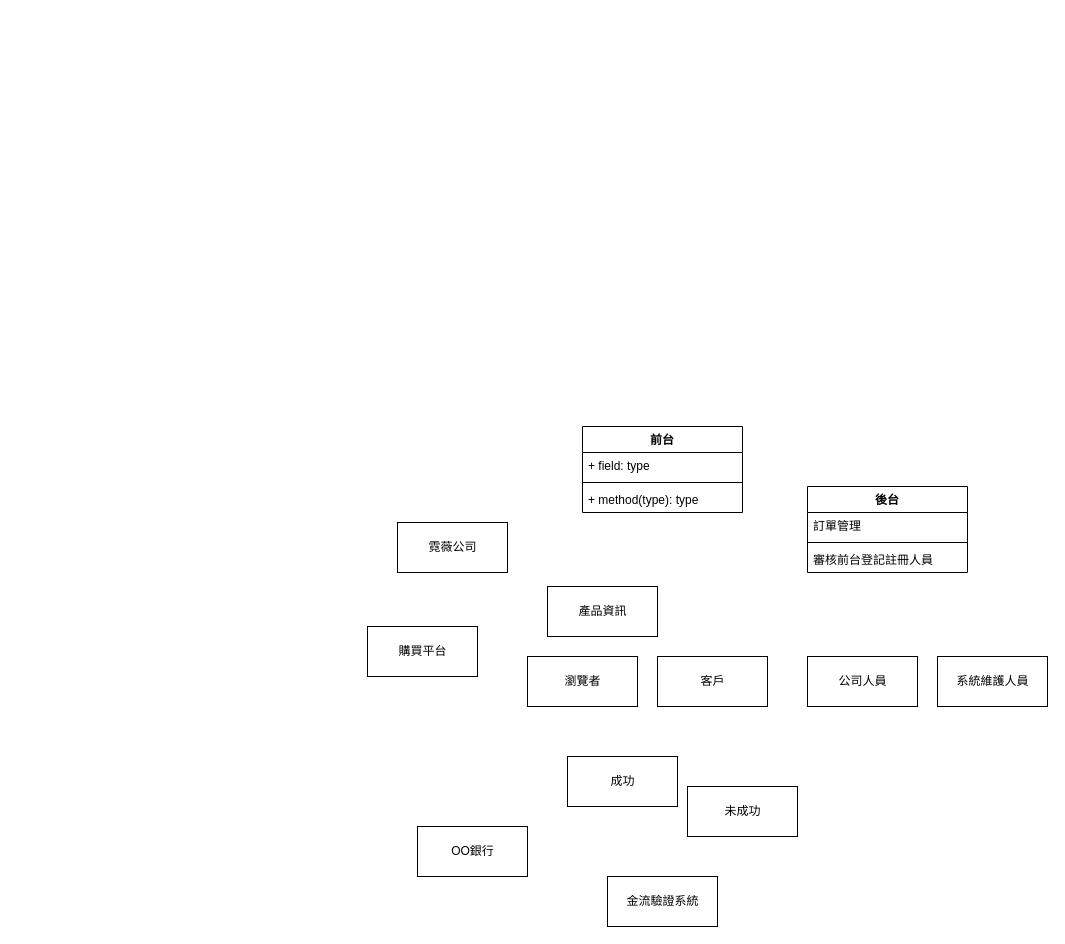
Earlier version of the draw.io diagram page "(d) 小題" (2 of 3) of sample1.drawio (35596035/110-2Mid). Source tidied: cells renumbered, new cells numbered last; positions are measured from the earlier drawing's top-left corner, leaving out a move shared by most shapes. Both pictures are drawn from the tidied source at 100%, with x=0, y=0 at pixel (367, 426).
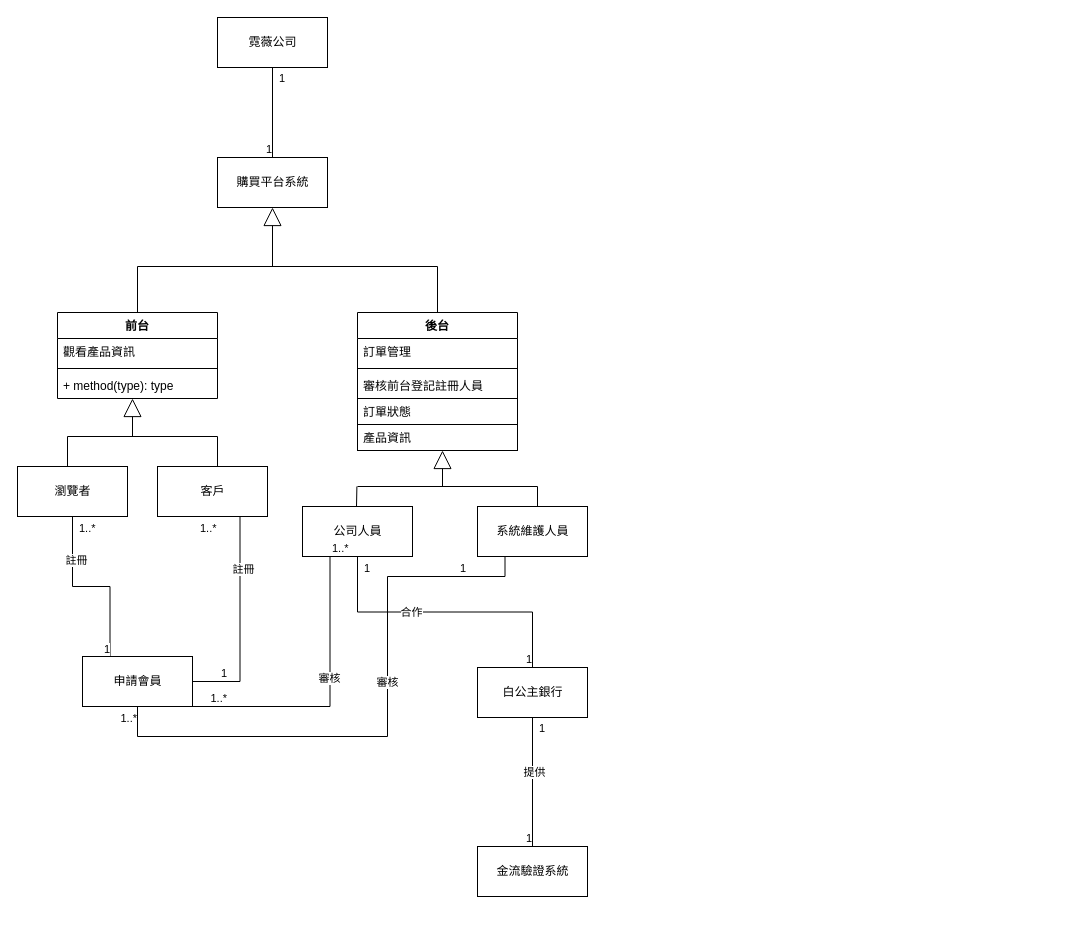
The same diagram, later.

The edit, as a diff of the source:
```diff
@@
     <mxCell id="2" value="前台" style="swimlane;fontStyle=1;align=center;verticalAlign=top;horizontal=1;startSize=26;" parent="1" vertex="1">
-      <mxGeometry x="215" width="160" height="86" as="geometry" />
+      <mxGeometry x="-310" y="-114" width="160" height="86" as="geometry" />
     </mxCell>
-    <mxCell id="3" value="+ field: type" style="text;strokeColor=none;fillColor=none;align=left;verticalAlign=top;spacingLeft=4;spacingRight=4;overflow=hidden;" parent="2" vertex="1">
+    <mxCell id="3" value="觀看產品資訊" style="text;strokeColor=none;fillColor=none;align=left;verticalAlign=top;spacingLeft=4;spacingRight=4;overflow=hidden;" parent="2" vertex="1">
       <mxGeometry y="26" width="160" height="26" as="geometry" />
     </mxCell>
@@
     <mxCell id="6" value="後台" style="swimlane;fontStyle=1;align=center;verticalAlign=top;horizontal=1;startSize=26;" parent="1" vertex="1">
-      <mxGeometry x="440" y="60" width="160" height="86" as="geometry" />
+      <mxGeometry x="-10" y="-114" width="160" height="138" as="geometry" />
     </mxCell>
@@
+    <mxCell id="21" value="訂單狀態" style="text;align=left;verticalAlign=top;spacingLeft=4;spacingRight=4;overflow=hidden;strokeColor=default;" parent="6" vertex="1">
+      <mxGeometry y="86" width="160" height="26" as="geometry" />
+    </mxCell>
+    <mxCell id="20" value="產品資訊" style="text;align=left;verticalAlign=top;spacingLeft=4;spacingRight=4;overflow=hidden;strokeColor=default;" parent="6" vertex="1">
+      <mxGeometry y="112" width="160" height="26" as="geometry" />
+    </mxCell>
     <mxCell id="10" value="瀏覽者" style="html=1;" parent="1" vertex="1">
-      <mxGeometry x="160" y="230" width="110" height="50" as="geometry" />
+      <mxGeometry x="-350" y="40" width="110" height="50" as="geometry" />
     </mxCell>
     <mxCell id="11" value="客戶" style="html=1;" parent="1" vertex="1">
-      <mxGeometry x="290" y="230" width="110" height="50" as="geometry" />
+      <mxGeometry x="-210" y="40" width="110" height="50" as="geometry" />
     </mxCell>
     <mxCell id="12" value="公司人員" style="html=1;" parent="1" vertex="1">
-      <mxGeometry x="440" y="230" width="110" height="50" as="geometry" />
+      <mxGeometry x="-65" y="80" width="110" height="50" as="geometry" />
     </mxCell>
     <mxCell id="13" value="系統維護人員" style="html=1;" parent="1" vertex="1">
-      <mxGeometry x="570" y="230" width="110" height="50" as="geometry" />
+      <mxGeometry x="110" y="80" width="110" height="50" as="geometry" />
     </mxCell>
-    <mxCell id="14" value="未成功" style="html=1;" parent="1" vertex="1">
-      <mxGeometry x="320" y="360" width="110" height="50" as="geometry" />
-    </mxCell>
-    <mxCell id="15" value="成功" style="html=1;" parent="1" vertex="1">
-      <mxGeometry x="200" y="330" width="110" height="50" as="geometry" />
-    </mxCell>
     <mxCell id="16" value="金流驗證系統" style="html=1;" parent="1" vertex="1">
-      <mxGeometry x="240" y="450" width="110" height="50" as="geometry" />
+      <mxGeometry x="110" y="420" width="110" height="50" as="geometry" />
     </mxCell>
-    <mxCell id="17" value="OO銀行" style="html=1;" parent="1" vertex="1">
-      <mxGeometry x="50" y="400" width="110" height="50" as="geometry" />
+    <mxCell id="17" value="白公主銀行" style="html=1;" parent="1" vertex="1">
+      <mxGeometry x="110" y="241" width="110" height="50" as="geometry" />
     </mxCell>
     <mxCell id="18" value="霓薇公司" style="html=1;" parent="1" vertex="1">
-      <mxGeometry x="30" y="96" width="110" height="50" as="geometry" />
+      <mxGeometry x="-150" y="-409" width="110" height="50" as="geometry" />
     </mxCell>
-    <mxCell id="19" value="購買平台" style="html=1;" parent="1" vertex="1">
-      <mxGeometry y="200" width="110" height="50" as="geometry" />
+    <mxCell id="19" value="購買平台系統" style="html=1;" parent="1" vertex="1">
+      <mxGeometry x="-150" y="-269" width="110" height="50" as="geometry" />
     </mxCell>
-    <mxCell id="20" value="產品資訊" style="html=1;" parent="1" vertex="1">
-      <mxGeometry x="180" y="160" width="110" height="50" as="geometry" />
-    </mxCell>
+    <mxCell id="22" style="endArrow=none;html=1;edgeStyle=orthogonalEdgeStyle;rounded=0;exitX=0.5;exitY=1;exitDx=0;exitDy=0;entryX=0.5;entryY=0;entryDx=0;entryDy=0;" parent="1" edge="1" source="18" target="19">
+      <mxGeometry relative="1" as="geometry" />
+    </mxCell>
+    <mxCell id="23" value="1" style="edgeLabel;html=1;align=left;verticalAlign=bottom;shadow=1;strokeColor=default;" parent="22" vertex="1">
+      <mxGeometry x="-1" relative="1" as="geometry">
+        <mxPoint x="5" y="19" as="offset" />
+      </mxGeometry>
+    </mxCell>
+    <mxCell id="24" value="1" style="edgeLabel;html=1;align=right;verticalAlign=bottom;shadow=1;strokeColor=default;" parent="22" vertex="1">
+      <mxGeometry x="1" relative="1" as="geometry" />
+    </mxCell>
+    <mxCell id="25" style="endArrow=none;html=1;rounded=0;exitX=0.5;exitY=0;exitDx=0;exitDy=0;" parent="1" edge="1" source="2">
+      <mxGeometry relative="1" as="geometry">
+        <mxPoint x="-230" y="-160" as="targetPoint" />
+      </mxGeometry>
+    </mxCell>
+    <mxCell id="26" style="endArrow=none;html=1;rounded=0;exitX=0.5;exitY=0;exitDx=0;exitDy=0;" parent="1" edge="1" source="6">
+      <mxGeometry relative="1" as="geometry">
+        <mxPoint x="70" y="-160" as="targetPoint" />
+      </mxGeometry>
+    </mxCell>
+    <mxCell id="27" style="endArrow=none;html=1;rounded=0;" parent="1" edge="1">
+      <mxGeometry relative="1" as="geometry">
+        <mxPoint x="-230" y="-160" as="sourcePoint" />
+        <mxPoint x="70" y="-160" as="targetPoint" />
+      </mxGeometry>
+    </mxCell>
+    <mxCell id="28" style="endArrow=block;endSize=16;endFill=0;html=1;rounded=0;entryX=0.5;entryY=1;entryDx=0;entryDy=0;" parent="1" edge="1" target="19">
+      <mxGeometry relative="1" as="geometry">
+        <mxPoint x="-95" y="-160" as="sourcePoint" />
+      </mxGeometry>
+    </mxCell>
+    <mxCell id="29" style="endArrow=none;html=1;rounded=0;exitX=0.5;exitY=0;exitDx=0;exitDy=0;" parent="1" edge="1">
+      <mxGeometry relative="1" as="geometry">
+        <mxPoint x="-300" y="40" as="sourcePoint" />
+        <mxPoint x="-300" y="10" as="targetPoint" />
+      </mxGeometry>
+    </mxCell>
+    <mxCell id="30" style="endArrow=none;html=1;rounded=0;exitX=0.5;exitY=0;exitDx=0;exitDy=0;" parent="1" edge="1">
+      <mxGeometry relative="1" as="geometry">
+        <mxPoint x="-150" y="40" as="sourcePoint" />
+        <mxPoint x="-150" y="10" as="targetPoint" />
+      </mxGeometry>
+    </mxCell>
+    <mxCell id="31" style="endArrow=none;html=1;rounded=0;" parent="1" edge="1">
+      <mxGeometry relative="1" as="geometry">
+        <mxPoint x="-300" y="10" as="sourcePoint" />
+        <mxPoint x="-150" y="10" as="targetPoint" />
+      </mxGeometry>
+    </mxCell>
+    <mxCell id="32" style="endArrow=block;endSize=16;endFill=0;html=1;rounded=0;entryX=0.5;entryY=1;entryDx=0;entryDy=0;" parent="1" edge="1">
+      <mxGeometry relative="1" as="geometry">
+        <mxPoint x="-235" y="10" as="sourcePoint" />
+        <mxPoint x="-235" y="-28" as="targetPoint" />
+      </mxGeometry>
+    </mxCell>
+    <mxCell id="33" style="endArrow=none;html=1;rounded=0;" parent="1" edge="1">
+      <mxGeometry relative="1" as="geometry">
+        <mxPoint x="-11" y="80" as="sourcePoint" />
+        <mxPoint x="-10.6" y="60" as="targetPoint" />
+      </mxGeometry>
+    </mxCell>
+    <mxCell id="34" style="endArrow=none;html=1;rounded=0;" parent="1" edge="1">
+      <mxGeometry relative="1" as="geometry">
+        <mxPoint x="170" y="80" as="sourcePoint" />
+        <mxPoint x="170" y="60" as="targetPoint" />
+      </mxGeometry>
+    </mxCell>
+    <mxCell id="35" style="endArrow=none;html=1;rounded=0;" parent="1" edge="1">
+      <mxGeometry relative="1" as="geometry">
+        <mxPoint x="-10" y="60" as="sourcePoint" />
+        <mxPoint x="170" y="60" as="targetPoint" />
+      </mxGeometry>
+    </mxCell>
+    <mxCell id="36" style="endArrow=block;endSize=16;endFill=0;html=1;rounded=0;entryX=0.5;entryY=1;entryDx=0;entryDy=0;" parent="1" edge="1">
+      <mxGeometry relative="1" as="geometry">
+        <mxPoint x="75" y="60" as="sourcePoint" />
+        <mxPoint x="75" y="24" as="targetPoint" />
+      </mxGeometry>
+    </mxCell>
+    <mxCell id="37" style="endArrow=none;html=1;edgeStyle=orthogonalEdgeStyle;rounded=0;exitX=0.5;exitY=1;exitDx=0;exitDy=0;entryX=0.5;entryY=0;entryDx=0;entryDy=0;" parent="1" edge="1" source="12" target="17">
+      <mxGeometry relative="1" as="geometry" />
+    </mxCell>
+    <mxCell id="38" value="1" style="edgeLabel;html=1;align=left;verticalAlign=bottom;shadow=1;strokeColor=default;" parent="37" vertex="1">
+      <mxGeometry x="-1" relative="1" as="geometry">
+        <mxPoint x="5" y="20" as="offset" />
+      </mxGeometry>
+    </mxCell>
+    <mxCell id="39" value="1" style="edgeLabel;html=1;align=right;verticalAlign=bottom;shadow=1;strokeColor=default;" parent="37" vertex="1">
+      <mxGeometry x="1" relative="1" as="geometry" />
+    </mxCell>
+    <mxCell id="40" value="合作" style="edgeLabel;html=1;align=center;verticalAlign=middle;" parent="37" vertex="1">
+      <mxGeometry x="-0.24" relative="1" as="geometry" />
+    </mxCell>
+    <mxCell id="41" style="endArrow=none;html=1;edgeStyle=orthogonalEdgeStyle;rounded=0;exitX=0.5;exitY=1;exitDx=0;exitDy=0;entryX=0.5;entryY=0;entryDx=0;entryDy=0;" parent="1" edge="1" source="17" target="16">
+      <mxGeometry relative="1" as="geometry" />
+    </mxCell>
+    <mxCell id="42" value="1" style="edgeLabel;html=1;align=left;verticalAlign=bottom;shadow=1;strokeColor=default;" parent="41" vertex="1">
+      <mxGeometry x="-1" relative="1" as="geometry">
+        <mxPoint x="5" y="19" as="offset" />
+      </mxGeometry>
+    </mxCell>
+    <mxCell id="43" value="1" style="edgeLabel;html=1;align=right;verticalAlign=bottom;shadow=1;strokeColor=default;" parent="41" vertex="1">
+      <mxGeometry x="1" relative="1" as="geometry" />
+    </mxCell>
+    <mxCell id="44" value="提供" style="edgeLabel;html=1;align=center;verticalAlign=middle;" parent="41" vertex="1">
+      <mxGeometry x="-0.16" y="1" relative="1" as="geometry" />
+    </mxCell>
+    <mxCell id="45" value="申請會員" style="html=1;shadow=0;strokeColor=default;" parent="1" vertex="1">
+      <mxGeometry x="-285" y="230" width="110" height="50" as="geometry" />
+    </mxCell>
+    <mxCell id="46" style="endArrow=none;html=1;edgeStyle=orthogonalEdgeStyle;rounded=0;exitX=0.75;exitY=1;exitDx=0;exitDy=0;entryX=1;entryY=0.5;entryDx=0;entryDy=0;" parent="1" edge="1" source="11" target="45">
+      <mxGeometry relative="1" as="geometry" />
+    </mxCell>
+    <mxCell id="47" value="1..*" style="edgeLabel;html=1;align=left;verticalAlign=bottom;shadow=0;strokeColor=default;" parent="46" vertex="1">
+      <mxGeometry x="-1" relative="1" as="geometry">
+        <mxPoint x="-42" y="20" as="offset" />
+      </mxGeometry>
+    </mxCell>
+    <mxCell id="48" value="1" style="edgeLabel;html=1;align=right;verticalAlign=bottom;shadow=0;strokeColor=default;" parent="46" vertex="1">
+      <mxGeometry x="1" relative="1" as="geometry">
+        <mxPoint x="35" as="offset" />
+      </mxGeometry>
+    </mxCell>
+    <mxCell id="49" value="註冊" style="edgeLabel;html=1;align=center;verticalAlign=middle;" parent="46" vertex="1">
+      <mxGeometry x="-0.51" y="3" relative="1" as="geometry" />
+    </mxCell>
+    <mxCell id="50" style="endArrow=none;html=1;edgeStyle=orthogonalEdgeStyle;rounded=0;exitX=0.5;exitY=1;exitDx=0;exitDy=0;entryX=0.25;entryY=0;entryDx=0;entryDy=0;" parent="1" edge="1" source="10" target="45">
+      <mxGeometry relative="1" as="geometry" />
+    </mxCell>
+    <mxCell id="51" value="1..*" style="edgeLabel;html=1;align=left;verticalAlign=bottom;shadow=0;strokeColor=default;" parent="50" vertex="1">
+      <mxGeometry x="-1" relative="1" as="geometry">
+        <mxPoint x="5" y="20" as="offset" />
+      </mxGeometry>
+    </mxCell>
+    <mxCell id="52" value="1" style="edgeLabel;html=1;align=right;verticalAlign=bottom;shadow=0;strokeColor=default;" parent="50" vertex="1">
+      <mxGeometry x="1" relative="1" as="geometry" />
+    </mxCell>
+    <mxCell id="53" value="註冊" style="edgeLabel;html=1;align=center;verticalAlign=middle;" parent="50" vertex="1">
+      <mxGeometry x="-0.51" y="3" relative="1" as="geometry" />
+    </mxCell>
+    <mxCell id="54" style="endArrow=none;html=1;edgeStyle=orthogonalEdgeStyle;rounded=0;exitX=0.25;exitY=1;exitDx=0;exitDy=0;entryX=1;entryY=1;entryDx=0;entryDy=0;" parent="1" edge="1" source="12" target="45">
+      <mxGeometry relative="1" as="geometry">
+        <Array as="points">
+          <mxPoint x="-38" y="280" />
+        </Array>
+      </mxGeometry>
+    </mxCell>
+    <mxCell id="55" value="1..*" style="edgeLabel;html=1;align=left;verticalAlign=bottom;shadow=0;strokeColor=default;" parent="54" vertex="1">
+      <mxGeometry x="-1" relative="1" as="geometry" />
+    </mxCell>
+    <mxCell id="56" value="1..*" style="edgeLabel;html=1;align=right;verticalAlign=bottom;shadow=0;strokeColor=default;" parent="54" vertex="1">
+      <mxGeometry x="1" relative="1" as="geometry">
+        <mxPoint x="35" as="offset" />
+      </mxGeometry>
+    </mxCell>
+    <mxCell id="57" value="審核" style="edgeLabel;html=1;align=center;verticalAlign=middle;" parent="54" vertex="1">
+      <mxGeometry x="-0.16" y="-1" relative="1" as="geometry" />
+    </mxCell>
+    <mxCell id="58" style="endArrow=none;html=1;edgeStyle=orthogonalEdgeStyle;rounded=0;exitX=0.25;exitY=1;exitDx=0;exitDy=0;entryX=0.5;entryY=1;entryDx=0;entryDy=0;" parent="1" edge="1" source="13" target="45">
+      <mxGeometry relative="1" as="geometry">
+        <Array as="points">
+          <mxPoint x="138" y="150" />
+          <mxPoint x="20" y="150" />
+          <mxPoint x="20" y="310" />
+          <mxPoint x="-230" y="310" />
+        </Array>
+      </mxGeometry>
+    </mxCell>
+    <mxCell id="59" value="1" style="edgeLabel;html=1;align=left;verticalAlign=bottom;shadow=0;strokeColor=default;" parent="58" vertex="1">
+      <mxGeometry x="-1" relative="1" as="geometry">
+        <mxPoint x="-47" y="20" as="offset" />
+      </mxGeometry>
+    </mxCell>
+    <mxCell id="60" value="1..*" style="edgeLabel;html=1;align=right;verticalAlign=bottom;shadow=0;strokeColor=default;" parent="58" vertex="1">
+      <mxGeometry x="1" relative="1" as="geometry">
+        <mxPoint y="20" as="offset" />
+      </mxGeometry>
+    </mxCell>
+    <mxCell id="61" value="審核" style="edgeLabel;html=1;align=center;verticalAlign=middle;" parent="58" vertex="1">
+      <mxGeometry x="-0.16" y="-1" relative="1" as="geometry" />
+    </mxCell>
```
